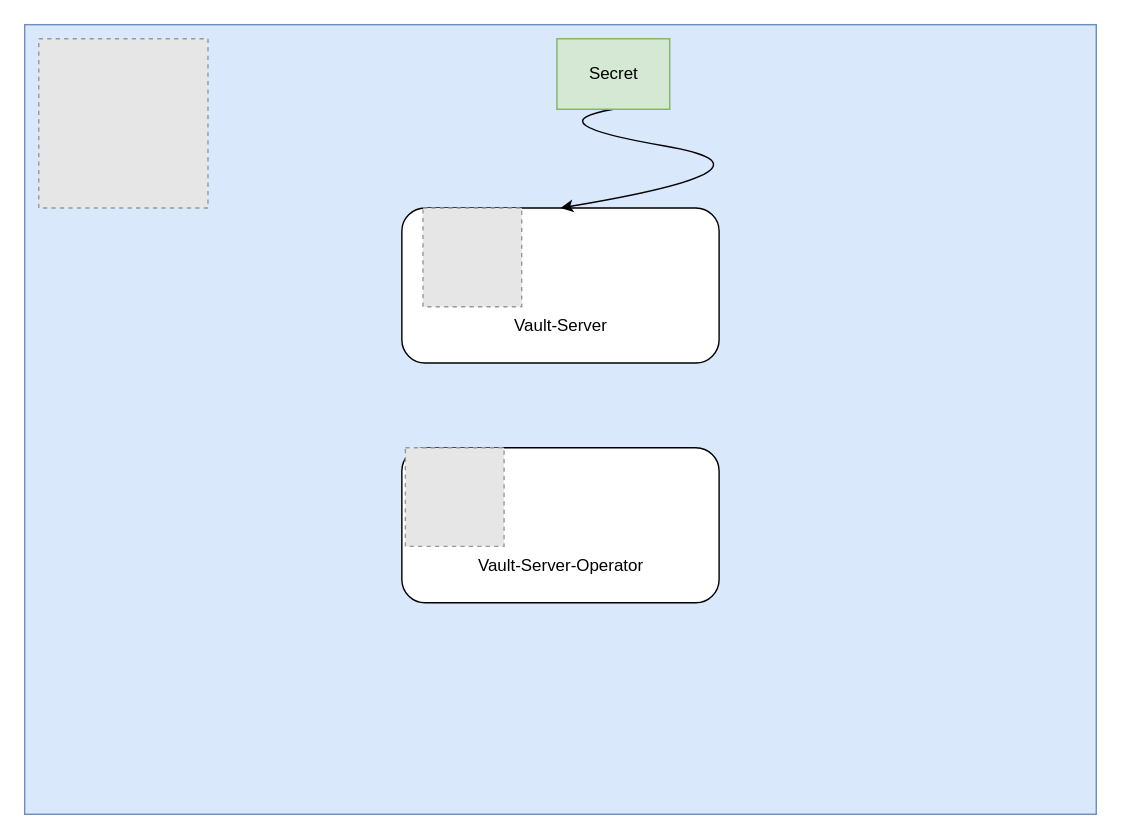
This is vault-secrets-operator-poc.drawio from YanshanSong/draw.io, a draw.io file, before an edit. Source tidied: cells renumbered, new cells numbered last; positions are measured from the earlier drawing's top-left corner, leaving out a move shared by most shapes. Both pictures are drawn from the tidied source at 141%, with x=0, y=0 at pixel (24, 24). Pictures stored in the file or linked from it are replaced by grey dashed boxes.
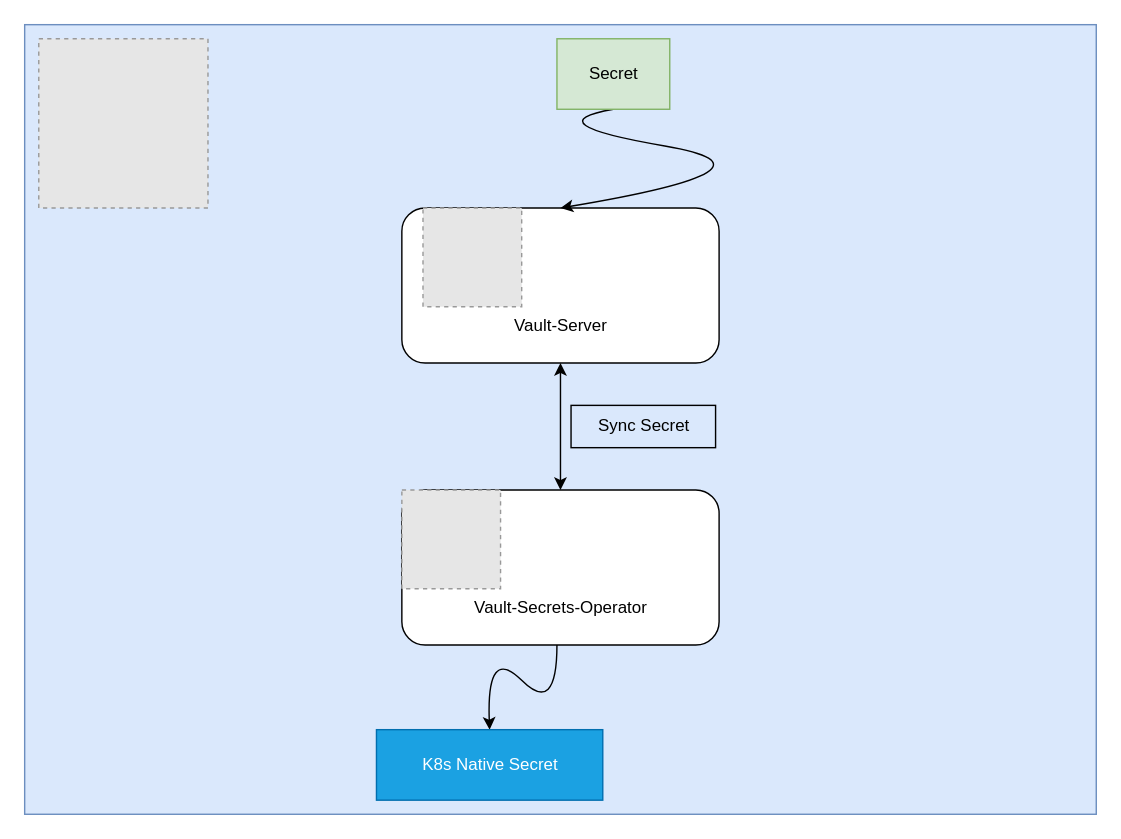
Above is the later version.

What changed in the source:
```diff
@@
 <mxGraphModel>
   <root>
     <mxCell id="0" />
     <mxCell id="1" parent="0" />
     <mxCell id="2" style="rounded=0;whiteSpace=wrap;html=1;fillColor=#dae8fc;strokeColor=#6c8ebf;" parent="1" vertex="1">
       <mxGeometry width="760" height="560" as="geometry" />
     </mxCell>
     <mxCell id="3" value="&lt;div&gt;&lt;br&gt;&lt;/div&gt;&lt;div&gt;&lt;br&gt;&lt;/div&gt;&lt;div&gt;&lt;br&gt;&lt;/div&gt;&lt;div&gt;&lt;br&gt;&lt;/div&gt;&lt;div&gt;Vault-Server&lt;/div&gt;" style="rounded=1;whiteSpace=wrap;html=1;" parent="1" vertex="1">
       <mxGeometry x="267.5" y="130" width="225" height="110" as="geometry" />
     </mxCell>
     <mxCell id="4" style="fillColor=#E6E6E6;strokeColor=#999999;dashed=1;verticalLabelPosition=bottom;labelBackgroundColor=default;verticalAlign=top;" parent="1" vertex="1">
       <mxGeometry x="10" y="10" width="120" height="120" as="geometry" />
     </mxCell>
     <mxCell id="5" style="fillColor=#E6E6E6;strokeColor=#999999;dashed=1;verticalLabelPosition=bottom;labelBackgroundColor=default;verticalAlign=top;" parent="1" vertex="1">
       <mxGeometry x="282.5" y="130" width="70" height="70" as="geometry" />
     </mxCell>
     <mxCell id="6" style="curved=1;endArrow=classic;html=1;rounded=0;exitX=0.5;exitY=1;exitDx=0;exitDy=0;entryX=0.5;entryY=0;entryDx=0;entryDy=0;" parent="1" edge="1" source="7" target="3">
       <mxGeometry relative="1" as="geometry">
         <Array as="points">
           <mxPoint x="360" y="70" />
           <mxPoint x="548" y="102" />
         </Array>
       </mxGeometry>
     </mxCell>
     <mxCell id="7" value="Secret" style="text;html=1;align=center;verticalAlign=middle;whiteSpace=wrap;rounded=0;strokeColor=#82b366;fillColor=#d5e8d4;" parent="1" vertex="1">
       <mxGeometry x="377.5" y="10" width="80" height="50" as="geometry" />
     </mxCell>
+    <mxCell id="10" style="endArrow=classic;startArrow=classic;html=1;rounded=0;exitX=0.5;exitY=0;exitDx=0;exitDy=0;entryX=0.5;entryY=1;entryDx=0;entryDy=0;" parent="1" edge="1" source="8" target="3">
+      <mxGeometry relative="1" as="geometry" />
+    </mxCell>
+    <mxCell id="11" style="group;" parent="1" vertex="1">
+      <mxGeometry x="267.5" y="330" width="225" height="110" as="geometry" />
+    </mxCell>
-    <mxCell id="8" value="&lt;div&gt;&lt;br&gt;&lt;/div&gt;&lt;div&gt;&lt;br&gt;&lt;/div&gt;&lt;div&gt;&lt;br&gt;&lt;/div&gt;&lt;div&gt;&lt;br&gt;&lt;/div&gt;&lt;div&gt;Vault-Server-Operator&lt;/div&gt;" style="rounded=1;whiteSpace=wrap;html=1;" parent="1" vertex="1">
-      <mxGeometry x="267.5" y="300" width="225" height="110" as="geometry" />
+    <mxCell id="8" value="&lt;div&gt;&lt;br&gt;&lt;/div&gt;&lt;div&gt;&lt;br&gt;&lt;/div&gt;&lt;div&gt;&lt;br&gt;&lt;/div&gt;&lt;div&gt;&lt;br&gt;&lt;/div&gt;&lt;div&gt;Vault-Secrets-Operator&lt;/div&gt;" style="rounded=1;whiteSpace=wrap;html=1;" parent="11" vertex="1">
+      <mxGeometry width="225" height="110" as="geometry" />
     </mxCell>
-    <mxCell id="9" style="fillColor=#E6E6E6;strokeColor=#999999;dashed=1;verticalLabelPosition=bottom;labelBackgroundColor=default;verticalAlign=top;" parent="1" vertex="1">
-      <mxGeometry x="270" y="300" width="70" height="70" as="geometry" />
+    <mxCell id="9" style="fillColor=#E6E6E6;strokeColor=#999999;dashed=1;verticalLabelPosition=bottom;labelBackgroundColor=default;verticalAlign=top;" parent="11" vertex="1">
+      <mxGeometry width="70" height="70" as="geometry" />
     </mxCell>
+    <mxCell id="12" value="Sync Secret" style="text;html=1;align=center;verticalAlign=middle;whiteSpace=wrap;rounded=0;strokeColor=default;" parent="1" vertex="1">
+      <mxGeometry x="387.5" y="270" width="102.5" height="30" as="geometry" />
+    </mxCell>
+    <mxCell id="13" style="curved=1;endArrow=classic;html=1;rounded=0;entryX=0.5;entryY=0;entryDx=0;entryDy=0;" parent="1" edge="1" target="14">
+      <mxGeometry relative="1" as="geometry">
+        <mxPoint x="377.5" y="440" as="sourcePoint" />
+        <Array as="points">
+          <mxPoint x="377.5" y="490" />
+          <mxPoint x="327.5" y="440" />
+        </Array>
+      </mxGeometry>
+    </mxCell>
+    <mxCell id="14" value="K8s Native Secret" style="text;html=1;align=center;verticalAlign=middle;whiteSpace=wrap;rounded=0;strokeColor=#006EAF;fillColor=#1ba1e2;fontColor=#ffffff;" parent="1" vertex="1">
+      <mxGeometry x="249.5" y="500" width="160.5" height="50" as="geometry" />
+    </mxCell>
   </root>
 </mxGraphModel>
```
